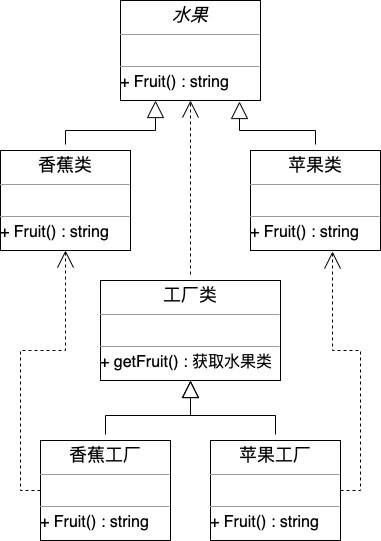
boilingfrog/design-pattern-learning keeps this draw.io diagram as img/factory-method.png. Above is the earlier version. Source tidied: cells renumbered, new cells last; positions are measured from the earlier drawing's top-left corner, leaving out a move shared by most shapes.
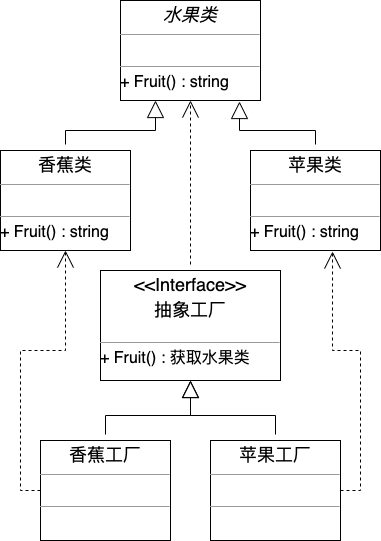
The same file after the commit.

Commit message:
工厂方法模式

Diff of the diagram source:
```diff
@@ -14,14 +14,14 @@
     <mxCell id="5" value="&lt;p style=&quot;margin: 4px 0px 0px ; text-align: center ; font-size: 18px&quot;&gt;苹果类&lt;/p&gt;&lt;hr size=&quot;1&quot; style=&quot;font-size: 18px&quot;&gt;&lt;p style=&quot;margin: 0px 0px 0px 4px ; font-size: 13px&quot;&gt;&lt;font style=&quot;font-size: 13px&quot;&gt;&lt;br&gt;&lt;/font&gt;&lt;/p&gt;&lt;hr size=&quot;1&quot; style=&quot;font-size: 13px&quot;&gt;&lt;span style=&quot;font-size: 16px&quot;&gt;+ Fruit() : string&lt;/span&gt;&lt;span style=&quot;font-size: 16px&quot;&gt;&lt;br&gt;&lt;/span&gt;" style="verticalAlign=top;align=left;overflow=fill;fontSize=12;fontFamily=Helvetica;html=1;" parent="1" vertex="1">
       <mxGeometry x="250" y="150" width="130" height="100" as="geometry" />
     </mxCell>
-    <mxCell id="6" value="&lt;p style=&quot;margin: 4px 0px 0px ; text-align: center ; font-size: 18px&quot;&gt;&lt;i&gt;水果&lt;/i&gt;&lt;/p&gt;&lt;hr size=&quot;1&quot; style=&quot;font-size: 18px&quot;&gt;&lt;p style=&quot;margin: 0px 0px 0px 4px ; font-size: 13px&quot;&gt;&lt;font style=&quot;font-size: 13px&quot;&gt;&lt;br&gt;&lt;/font&gt;&lt;/p&gt;&lt;hr size=&quot;1&quot; style=&quot;font-size: 13px&quot;&gt;&lt;span style=&quot;font-size: 16px&quot;&gt;+ Fruit() : string&lt;br&gt;&lt;/span&gt;" style="verticalAlign=top;align=left;overflow=fill;fontSize=12;fontFamily=Helvetica;html=1;" parent="1" vertex="1">
+    <mxCell id="6" value="&lt;p style=&quot;margin: 4px 0px 0px ; text-align: center ; font-size: 18px&quot;&gt;&lt;i&gt;水果类&lt;/i&gt;&lt;/p&gt;&lt;hr size=&quot;1&quot; style=&quot;font-size: 18px&quot;&gt;&lt;p style=&quot;margin: 0px 0px 0px 4px ; font-size: 13px&quot;&gt;&lt;font style=&quot;font-size: 13px&quot;&gt;&lt;br&gt;&lt;/font&gt;&lt;/p&gt;&lt;hr size=&quot;1&quot; style=&quot;font-size: 13px&quot;&gt;&lt;span style=&quot;font-size: 16px&quot;&gt;+ Fruit() : string&lt;br&gt;&lt;/span&gt;" style="verticalAlign=top;align=left;overflow=fill;fontSize=12;fontFamily=Helvetica;html=1;" parent="1" vertex="1">
       <mxGeometry x="120" width="140" height="100" as="geometry" />
     </mxCell>
     <mxCell id="7" style="edgeStyle=orthogonalEdgeStyle;rounded=0;jettySize=auto;html=1;entryX=0.5;entryY=1;entryDx=0;entryDy=0;dashed=1;endArrow=open;endFill=0;endSize=15;sourcePerimeterSpacing=6;" parent="1" edge="1" source="8" target="6">
       <mxGeometry relative="1" as="geometry" />
     </mxCell>
-    <mxCell id="8" value="&lt;p style=&quot;margin: 4px 0px 0px ; text-align: center ; font-size: 18px&quot;&gt;工厂类&lt;/p&gt;&lt;hr size=&quot;1&quot; style=&quot;font-size: 18px&quot;&gt;&lt;p style=&quot;margin: 0px 0px 0px 4px ; font-size: 13px&quot;&gt;&lt;font style=&quot;font-size: 13px&quot;&gt;&lt;br&gt;&lt;/font&gt;&lt;/p&gt;&lt;hr size=&quot;1&quot; style=&quot;font-size: 13px&quot;&gt;&lt;span style=&quot;font-size: 16px&quot;&gt;+ getFruit() : 获取水果类&lt;/span&gt;&lt;span style=&quot;font-size: 16px&quot;&gt;&lt;br&gt;&lt;/span&gt;" style="verticalAlign=top;align=left;overflow=fill;fontSize=12;fontFamily=Helvetica;html=1;" parent="1" vertex="1">
-      <mxGeometry x="100" y="280" width="180" height="100" as="geometry" />
+    <mxCell id="8" value="&lt;p style=&quot;margin: 4px 0px 0px ; text-align: center ; font-size: 18px&quot;&gt;&amp;lt;&amp;lt;Interface&amp;gt;&amp;gt;&lt;br&gt;&lt;/p&gt;&lt;p style=&quot;margin: 4px 0px 0px ; text-align: center ; font-size: 18px&quot;&gt;抽象工厂&lt;/p&gt;&lt;p style=&quot;margin: 0px 0px 0px 4px ; font-size: 13px&quot;&gt;&lt;font style=&quot;font-size: 13px&quot;&gt;&lt;br&gt;&lt;/font&gt;&lt;/p&gt;&lt;hr size=&quot;1&quot; style=&quot;font-size: 13px&quot;&gt;&lt;span style=&quot;font-size: 16px&quot;&gt;+ Fruit() : 获取水果类&lt;/span&gt;&lt;span style=&quot;font-size: 16px&quot;&gt;&lt;br&gt;&lt;/span&gt;" style="verticalAlign=top;align=left;overflow=fill;fontSize=12;fontFamily=Helvetica;html=1;" parent="1" vertex="1">
+      <mxGeometry x="100" y="270" width="180" height="110" as="geometry" />
     </mxCell>
     <mxCell id="9" style="edgeStyle=orthogonalEdgeStyle;rounded=0;jettySize=auto;html=1;dashed=1;exitX=0;exitY=0.5;exitDx=0;exitDy=0;endArrow=open;endFill=0;endSize=15;" parent="1" edge="1" source="11" target="3">
       <mxGeometry relative="1" as="geometry" />
@@ -29,7 +29,7 @@
     <mxCell id="10" style="edgeStyle=orthogonalEdgeStyle;rounded=0;jettySize=auto;html=1;endArrow=block;endFill=0;endSize=15;sourcePerimeterSpacing=6;" parent="1" edge="1" source="11" target="8">
       <mxGeometry relative="1" as="geometry" />
     </mxCell>
-    <mxCell id="11" value="&lt;p style=&quot;margin: 4px 0px 0px ; text-align: center ; font-size: 18px&quot;&gt;香蕉工厂&lt;/p&gt;&lt;hr size=&quot;1&quot; style=&quot;font-size: 18px&quot;&gt;&lt;p style=&quot;margin: 0px 0px 0px 4px ; font-size: 13px&quot;&gt;&lt;font style=&quot;font-size: 13px&quot;&gt;&lt;br&gt;&lt;/font&gt;&lt;/p&gt;&lt;hr size=&quot;1&quot; style=&quot;font-size: 13px&quot;&gt;&lt;span style=&quot;font-size: 16px&quot;&gt;+ Fruit() : string&lt;/span&gt;&lt;span style=&quot;font-size: 16px&quot;&gt;&lt;br&gt;&lt;/span&gt;" style="verticalAlign=top;align=left;overflow=fill;fontSize=12;fontFamily=Helvetica;html=1;" parent="1" vertex="1">
+    <mxCell id="11" value="&lt;p style=&quot;margin: 4px 0px 0px ; text-align: center ; font-size: 18px&quot;&gt;香蕉工厂&lt;/p&gt;&lt;hr size=&quot;1&quot; style=&quot;font-size: 18px&quot;&gt;&lt;p style=&quot;margin: 0px 0px 0px 4px ; font-size: 13px&quot;&gt;&lt;font style=&quot;font-size: 13px&quot;&gt;&lt;br&gt;&lt;/font&gt;&lt;/p&gt;&lt;hr size=&quot;1&quot; style=&quot;font-size: 13px&quot;&gt;&lt;span style=&quot;font-size: 16px&quot;&gt;&lt;br&gt;&lt;/span&gt;" style="verticalAlign=top;align=left;overflow=fill;fontSize=12;fontFamily=Helvetica;html=1;" parent="1" vertex="1">
       <mxGeometry x="40" y="440" width="130" height="100" as="geometry" />
     </mxCell>
     <mxCell id="12" style="edgeStyle=orthogonalEdgeStyle;rounded=0;jettySize=auto;html=1;entryX=0.631;entryY=1.01;entryDx=0;entryDy=0;entryPerimeter=0;dashed=1;exitX=1;exitY=0.5;exitDx=0;exitDy=0;endArrow=open;endFill=0;sourcePerimeterSpacing=6;endSize=15;" parent="1" edge="1" source="14" target="5">
@@ -38,7 +38,7 @@
     <mxCell id="13" style="edgeStyle=orthogonalEdgeStyle;rounded=0;jettySize=auto;html=1;entryX=0.5;entryY=1;entryDx=0;entryDy=0;endArrow=block;endFill=0;endSize=15;sourcePerimeterSpacing=6;" parent="1" edge="1" source="14" target="8">
       <mxGeometry relative="1" as="geometry" />
     </mxCell>
-    <mxCell id="14" value="&lt;p style=&quot;margin: 4px 0px 0px ; text-align: center ; font-size: 18px&quot;&gt;苹果工厂&lt;/p&gt;&lt;hr size=&quot;1&quot; style=&quot;font-size: 18px&quot;&gt;&lt;p style=&quot;margin: 0px 0px 0px 4px ; font-size: 13px&quot;&gt;&lt;font style=&quot;font-size: 13px&quot;&gt;&lt;br&gt;&lt;/font&gt;&lt;/p&gt;&lt;hr size=&quot;1&quot; style=&quot;font-size: 13px&quot;&gt;&lt;span style=&quot;font-size: 16px&quot;&gt;+ Fruit() : string&lt;/span&gt;&lt;span style=&quot;font-size: 16px&quot;&gt;&lt;br&gt;&lt;/span&gt;" style="verticalAlign=top;align=left;overflow=fill;fontSize=12;fontFamily=Helvetica;html=1;" parent="1" vertex="1">
+    <mxCell id="14" value="&lt;p style=&quot;margin: 4px 0px 0px ; text-align: center ; font-size: 18px&quot;&gt;苹果工厂&lt;/p&gt;&lt;hr size=&quot;1&quot; style=&quot;font-size: 18px&quot;&gt;&lt;p style=&quot;margin: 0px 0px 0px 4px ; font-size: 13px&quot;&gt;&lt;font style=&quot;font-size: 13px&quot;&gt;&lt;br&gt;&lt;/font&gt;&lt;/p&gt;&lt;hr size=&quot;1&quot; style=&quot;font-size: 13px&quot;&gt;&lt;span style=&quot;font-size: 16px&quot;&gt;&lt;br&gt;&lt;/span&gt;" style="verticalAlign=top;align=left;overflow=fill;fontSize=12;fontFamily=Helvetica;html=1;" parent="1" vertex="1">
       <mxGeometry x="210" y="440" width="130" height="100" as="geometry" />
     </mxCell>
   </root>
```
